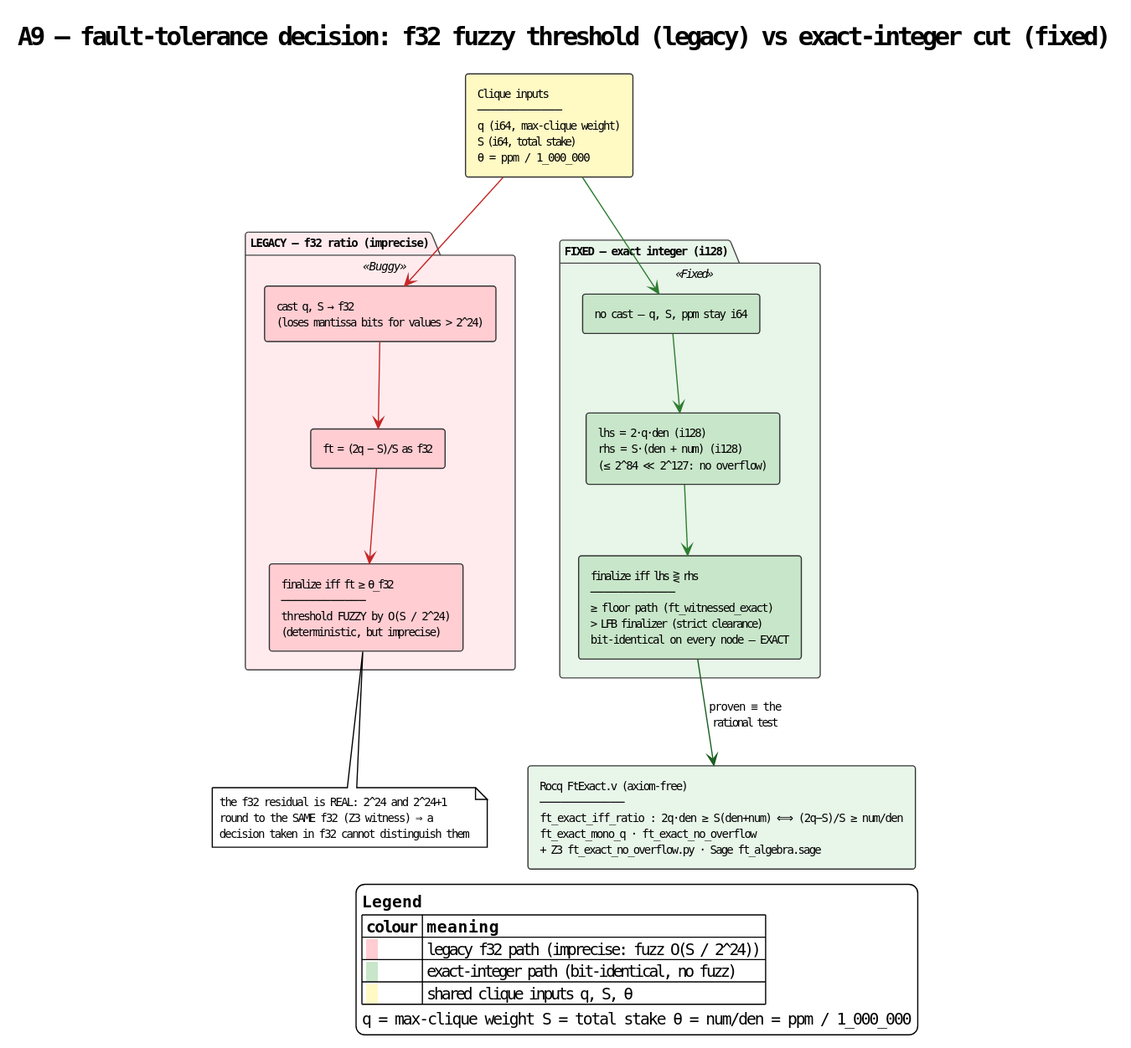
Before: docs/theory/finalized-floor/diagrams/07-a9-exact-vs-f32-decision.svg, a diagram exported from PlantUML (F1R3FLY-io/f1r3node-rust). Its diagram source:
```plantuml
@startuml
!theme plain

skinparam componentStyle rectangle
skinparam defaultFontName "monospace"
skinparam defaultFontSize 10
skinparam component {
  BackgroundColor #FFFFFF
  BorderColor     #333333
}
skinparam package {
  BackgroundColor<<Buggy>> #FFEBEE
  BackgroundColor<<Fixed>> #E8F5E9
  BorderColor #444444
}

title A9 — fault-tolerance decision: f32 fuzzy threshold (legacy) vs exact-integer cut (fixed)

legend right
  <b>Legend</b>
  |= colour |= meaning |
  | <back:#FFCDD2>  </back> | legacy f32 path (imprecise: fuzz O(S / 2^24)) |
  | <back:#C8E6C9>  </back> | exact-integer path (bit-identical, no fuzz) |
  | <back:#FFF9C4>  </back> | shared clique inputs q, S, θ |
  q = max-clique weight   S = total stake   θ = num/den = ppm / 1_000_000
endlegend

component "Clique inputs\n────────────\nq  (i64, max-clique weight)\nS  (i64, total stake)\nθ = ppm / 1_000_000" as IN #FFF9C4

package "LEGACY — f32 ratio (imprecise)" <<Buggy>> {
  component "cast q, S → f32\n(loses mantissa bits for values > 2^24)" as CAST #FFCDD2
  component "ft = (2q − S)/S  as f32" as FT #FFCDD2
  component "finalize iff  ft ≥ θ_f32\n────────────\nthreshold FUZZY by O(S / 2^24)\n(deterministic, but imprecise)" as CMP #FFCDD2
}

package "FIXED — exact integer (i128)" <<Fixed>> {
  component "no cast — q, S, ppm stay i64" as NOCAST #C8E6C9
  component "lhs = 2·q·den   (i128)\nrhs = S·(den + num)   (i128)\n(≤ 2^84 ≪ 2^127: no overflow)" as CALC #C8E6C9
  component "finalize iff  lhs ⋛ rhs\n────────────\n≥  floor path (ft_witnessed_exact)\n>  LFB finalizer (strict clearance)\nbit-identical on every node — EXACT" as EXACT #C8E6C9
}

component "Rocq FtExact.v (axiom-free)\n────────────\nft_exact_iff_ratio :  2q·den ≥ S(den+num)  ⟺  (2q−S)/S ≥ num/den\nft_exact_mono_q · ft_exact_no_overflow\n+ Z3 ft_exact_no_overflow.py · Sage ft_algebra.sage" as PROOF #E8F5E9

IN -[#C62828]-> CAST
CAST -[#C62828]-> FT
FT -[#C62828]-> CMP
IN -[#2E7D32]-> NOCAST
NOCAST -[#2E7D32]-> CALC
CALC -[#2E7D32]-> EXACT
EXACT -[#1B5E20]-> PROOF : proven ≡ the\nrational test

note bottom of CMP
  the f32 residual is REAL: 2^24 and 2^24+1
  round to the SAME f32 (Z3 witness) ⇒ a
  decision taken in f32 cannot distinguish them
end note
@enduml
```
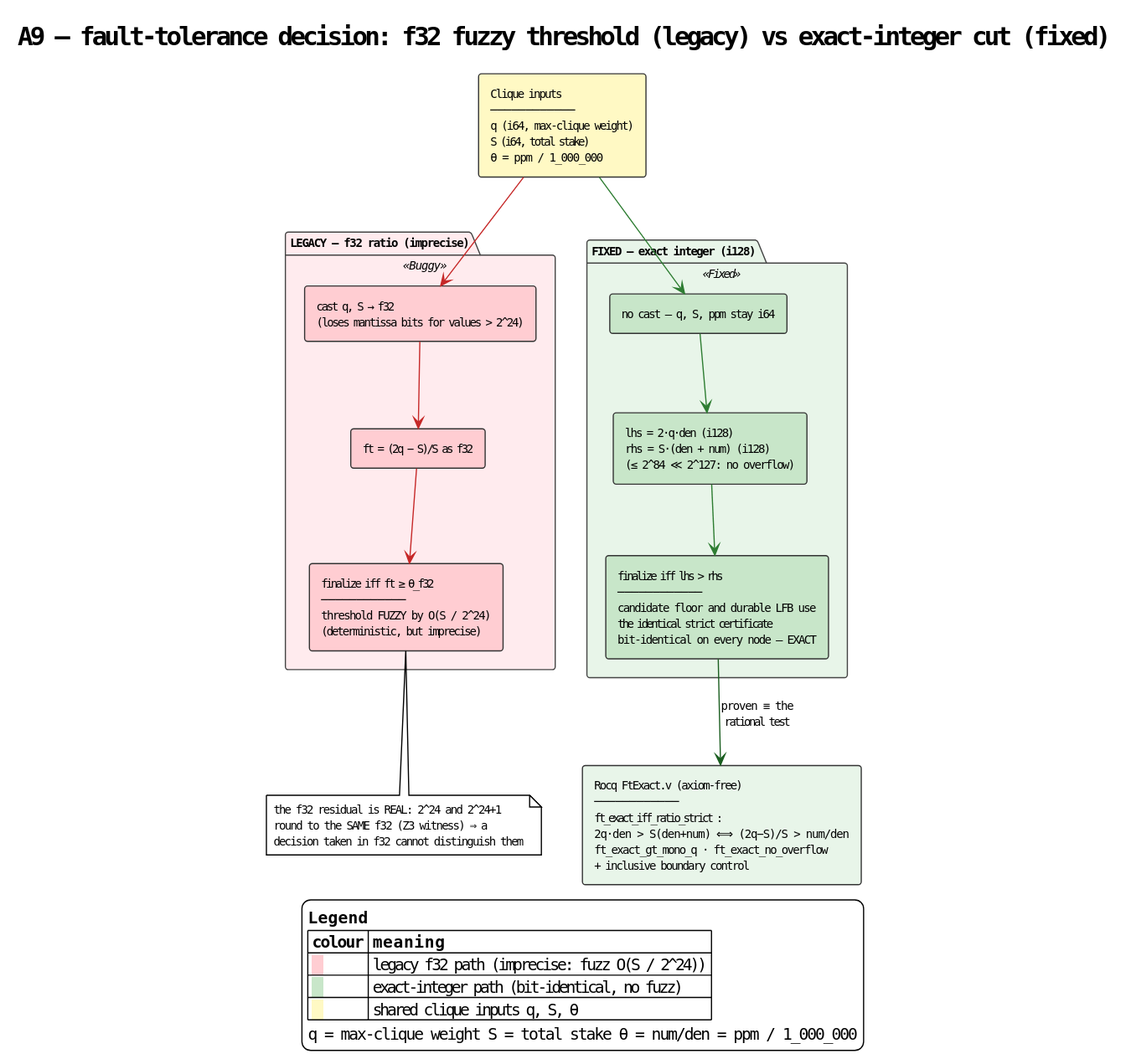
After the change.

What changed in the source:
```diff
@@ -36,10 +36,10 @@
 package "FIXED — exact integer (i128)" <<Fixed>> {
   component "no cast — q, S, ppm stay i64" as NOCAST #C8E6C9
   component "lhs = 2·q·den   (i128)\nrhs = S·(den + num)   (i128)\n(≤ 2^84 ≪ 2^127: no overflow)" as CALC #C8E6C9
-  component "finalize iff  lhs ⋛ rhs\n────────────\n≥  floor path (ft_witnessed_exact)\n>  LFB finalizer (strict clearance)\nbit-identical on every node — EXACT" as EXACT #C8E6C9
+  component "finalize iff  lhs > rhs\n────────────\ncandidate floor and durable LFB use\nthe identical strict certificate\nbit-identical on every node — EXACT" as EXACT #C8E6C9
 }
 
-component "Rocq FtExact.v (axiom-free)\n────────────\nft_exact_iff_ratio :  2q·den ≥ S(den+num)  ⟺  (2q−S)/S ≥ num/den\nft_exact_mono_q · ft_exact_no_overflow\n+ Z3 ft_exact_no_overflow.py · Sage ft_algebra.sage" as PROOF #E8F5E9
+component "Rocq FtExact.v (axiom-free)\n────────────\nft_exact_iff_ratio_strict :\n2q·den > S(den+num)  ⟺  (2q−S)/S > num/den\nft_exact_gt_mono_q · ft_exact_no_overflow\n+ inclusive boundary control" as PROOF #E8F5E9
 
 IN -[#C62828]-> CAST
 CAST -[#C62828]-> FT
```
